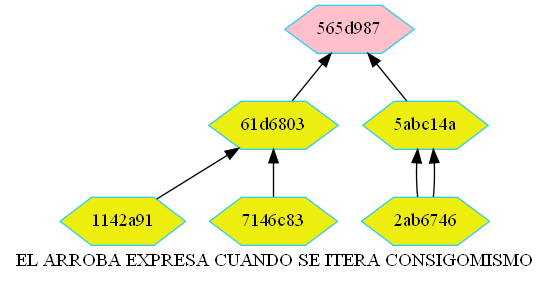
Above: merkle.png in betebetoven/EDDS2F2 (Graphviz), before the change. Its source is kept beside it as merkle.dot.
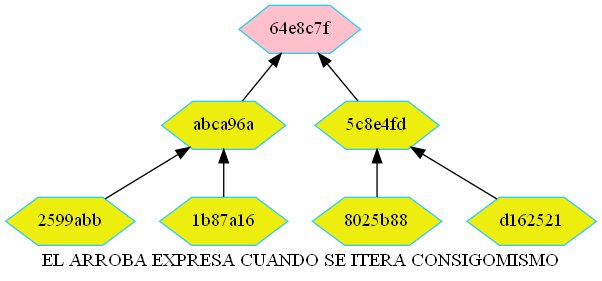
Later version of the same file.

Diff of the diagram source:
```diff
@@ -7,11 +7,11 @@
         node[color = "#31CEF0"]
         rankdir=BT;
 
-"1142a91" -> "61d6803"
-"7146c83" -> "61d6803"
-"2ab6746" -> "5abc14a"
-"2ab6746" -> "5abc14a"
-"61d6803" -> "565d987"
-"5abc14a" -> "565d987"
-"565d987"[fillcolor="pink"]
+"2599abb" -> "abca96a"
+"1b87a16" -> "abca96a"
+"8025b88" -> "5c8e4fd"
+"d162521" -> "5c8e4fd"
+"abca96a" -> "64e8c7f"
+"5c8e4fd" -> "64e8c7f"
+"64e8c7f"[fillcolor="pink"]
 }
```
